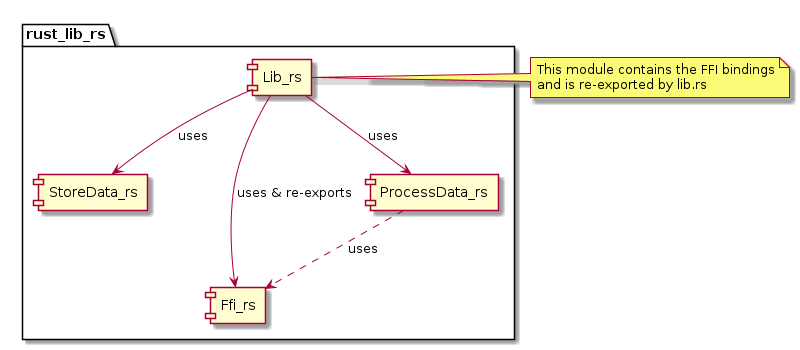
Earlier version of the PlantUML export doc/diagrams/lib.png (MirkoThulke/Dart_Flutter_Sudoku). Its source is kept beside it as rust/rust_lib/src/lib.puml.
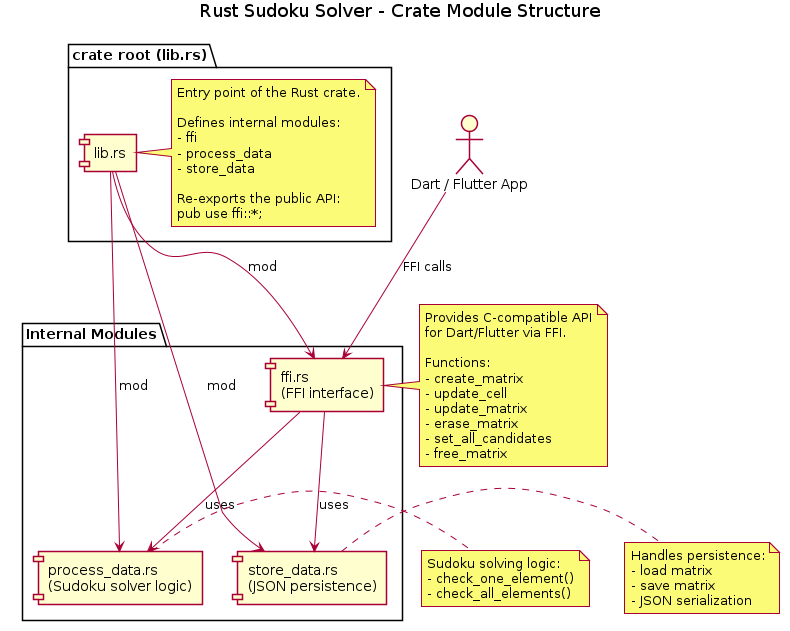
Later version of the same file.

Diff of the diagram source:
```diff
@@ -1,21 +1,76 @@
 @startuml
+title Rust Sudoku Solver – Crate Module Structure
 
-package rust_lib_rs {
-  component Lib_rs
-  component StoreData_rs
-  component Ffi_rs
-  component ProcessData_rs
+skinparam shadowing false
+skinparam componentStyle rectangle
+
+
+package "crate root (lib.rs)" {
+
+component "lib.rs" as ROOT
+
+note right of ROOT
+Entry point of the Rust crate.
+
+Defines internal modules:
+- ffi
+- process_data
+- store_data
+
+Re-exports the public API:
+pub use ffi::*;
+end note
+
 }
 
-Lib_rs --> Ffi_rs : uses & re-exports
-Lib_rs --> ProcessData_rs : uses
-Lib_rs --> StoreData_rs : uses
-ProcessData_rs ..> Ffi_rs : uses
 
-note right of Lib_rs
-  This module contains the FFI bindings
-  and is re-exported by lib.rs
+package "Internal Modules" {
+
+component "ffi.rs\n(FFI interface)" as FFI
+
+component "process_data.rs\n(Sudoku solver logic)" as PROCESS
+
+component "store_data.rs\n(JSON persistence)" as STORE
+
+}
+
+
+ROOT --> FFI : mod
+ROOT --> PROCESS : mod
+ROOT --> STORE : mod
+
+FFI --> PROCESS : uses
+FFI --> STORE : uses
+
+note right of FFI
+Provides C-compatible API
+for Dart/Flutter via FFI.
+
+Functions:
+- create_matrix
+- update_cell
+- update_matrix
+- erase_matrix
+- set_all_candidates
+- free_matrix
+end note
+
+note right of PROCESS
+Sudoku solving logic:
+- check_one_element()
+- check_all_elements()
+end note
+
+note right of STORE
+Handles persistence:
+- load matrix
+- save matrix
+- JSON serialization
 end note
 
 
+actor "Dart / Flutter App" as DART
+
+DART --> FFI : FFI calls
+
 @enduml
```
